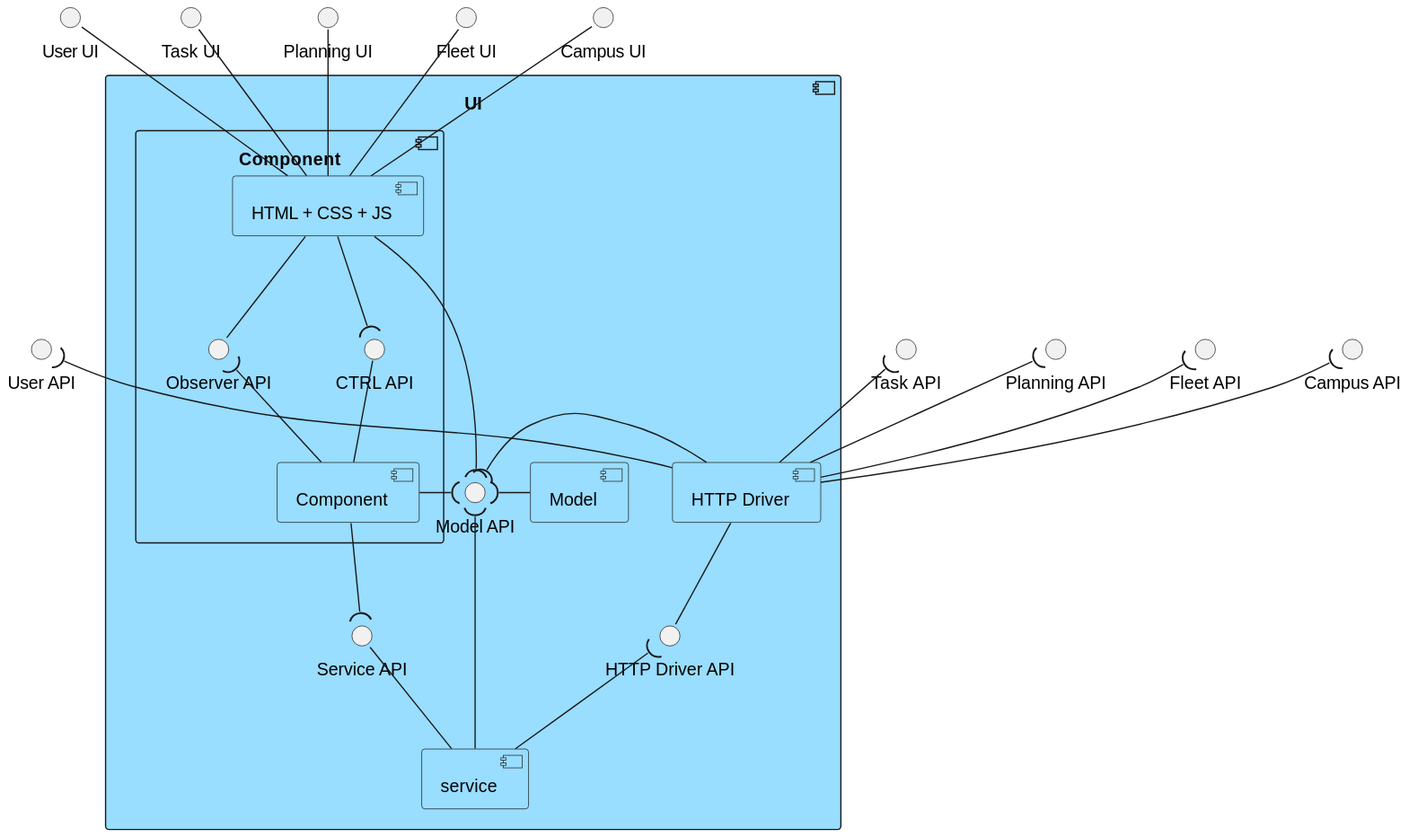
Above: docs/Sprint_C_diagrams/Implementation_UI_View_lv3.svg in winqus/RobDroneGo (PlantUML), before the change.
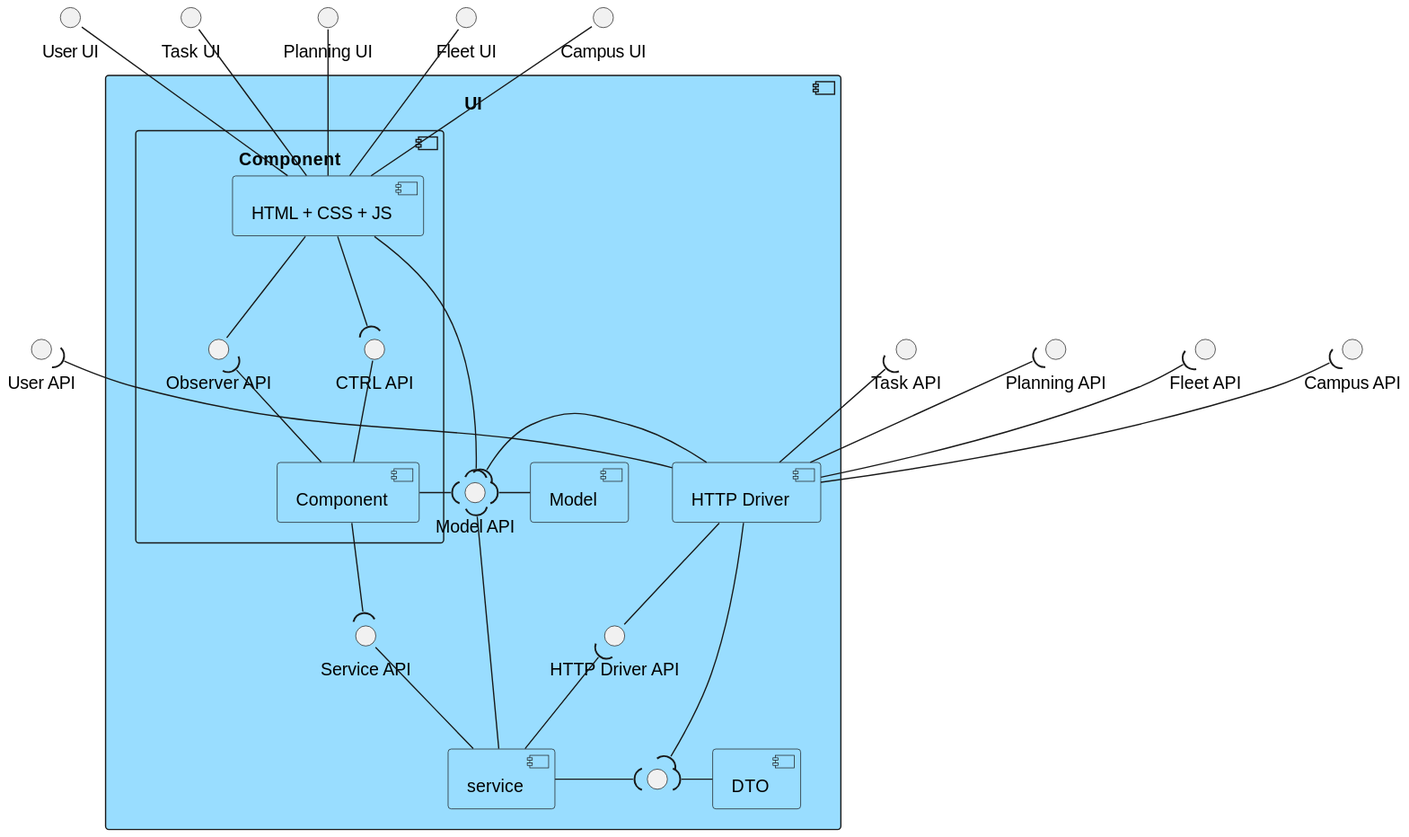
The same diagram one commit later.

Change to the diagram source:
```diff
@@ -54,6 +54,12 @@
     driver -down- Driver_API
     service -up-( Driver_API
 
+    component "DTO" as dto
+    interface " " as DTO_API
+    dto -left-( DTO_API
+    service -right-( DTO_API
+    driver -down-( DTO_API
+
 }
 
 html -up- campus
```
